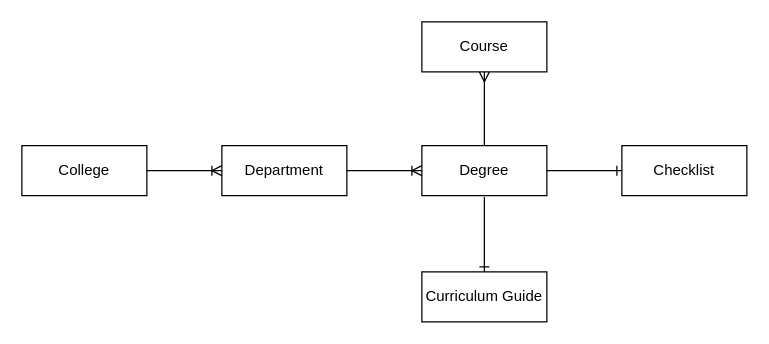
Above: ERD1.drawio in hmuthiah1/images (draw.io), before the change. Source tidied: cells renumbered, new cells numbered last; positions are measured from the earlier drawing's top-left corner, leaving out a move shared by most shapes. Both pictures are drawn from the tidied source at 125%, with x=0, y=0 at pixel (21, 21).
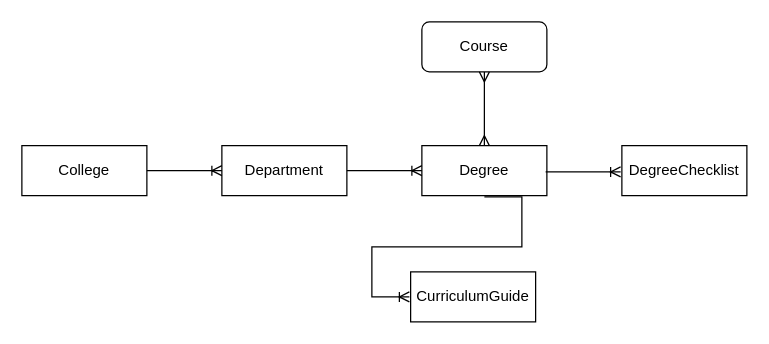
After the change.

Diff of the diagram source:
```diff
@@
 <mxGraphModel>
   <root>
     <mxCell id="0" />
     <mxCell id="1" parent="0" />
-    <mxCell id="2" value="Course" style="whiteSpace=wrap;html=1;align=center;" parent="1" vertex="1">
+    <mxCell id="2" value="Course" style="whiteSpace=wrap;html=1;align=center;rounded=1;" parent="1" vertex="1">
       <mxGeometry x="320" width="100" height="40" as="geometry" />
     </mxCell>
     <mxCell id="3" value="Degree" style="whiteSpace=wrap;html=1;align=center;" parent="1" vertex="1">
       <mxGeometry x="320" y="99" width="100" height="40" as="geometry" />
     </mxCell>
     <mxCell id="4" value="Department" style="whiteSpace=wrap;html=1;align=center;" parent="1" vertex="1">
       <mxGeometry x="160" y="99" width="100" height="40" as="geometry" />
     </mxCell>
     <mxCell id="5" value="College" style="whiteSpace=wrap;html=1;align=center;" parent="1" vertex="1">
       <mxGeometry y="99" width="100" height="40" as="geometry" />
     </mxCell>
-    <mxCell id="6" value="Checklist" style="whiteSpace=wrap;html=1;align=center;" parent="1" vertex="1">
+    <mxCell id="6" value="DegreeChecklist" style="whiteSpace=wrap;html=1;align=center;" parent="1" vertex="1">
       <mxGeometry x="480" y="99" width="100" height="40" as="geometry" />
     </mxCell>
-    <mxCell id="7" value="Curriculum Guide" style="whiteSpace=wrap;html=1;align=center;" parent="1" vertex="1">
-      <mxGeometry x="320" y="200" width="100" height="40" as="geometry" />
+    <mxCell id="7" value="CurriculumGuide" style="whiteSpace=wrap;html=1;align=center;" parent="1" vertex="1">
+      <mxGeometry x="311" y="200" width="100" height="40" as="geometry" />
     </mxCell>
     <mxCell id="8" style="edgeStyle=entityRelationEdgeStyle;fontSize=12;html=1;endArrow=ERoneToMany;rounded=0;exitX=1;exitY=0.5;exitDx=0;exitDy=0;entryX=0;entryY=0.5;entryDx=0;entryDy=0;" parent="1" edge="1" source="5" target="4">
       <mxGeometry relative="1" as="geometry" />
     </mxCell>
     <mxCell id="9" style="edgeStyle=entityRelationEdgeStyle;fontSize=12;html=1;endArrow=ERoneToMany;rounded=0;exitX=1;exitY=0.5;exitDx=0;exitDy=0;entryX=0;entryY=0.5;entryDx=0;entryDy=0;" parent="1" edge="1" source="4" target="3">
       <mxGeometry relative="1" as="geometry" />
     </mxCell>
-    <mxCell id="10" style="edgeStyle=entityRelationEdgeStyle;fontSize=12;html=1;endArrow=ERone;endFill=1;rounded=0;entryX=0;entryY=0.5;entryDx=0;entryDy=0;exitX=1;exitY=0.5;exitDx=0;exitDy=0;" parent="1" edge="1" source="3" target="6">
-      <mxGeometry relative="1" as="geometry">
-        <Array as="points">
-          <mxPoint x="590" y="119" />
-          <mxPoint x="620" y="119" />
-          <mxPoint x="590" y="114" />
-          <mxPoint x="590" y="114" />
-          <mxPoint x="650" y="109" />
-          <mxPoint x="640" y="104" />
-        </Array>
-      </mxGeometry>
-    </mxCell>
-    <mxCell id="11" style="fontSize=12;html=1;endArrow=ERone;endFill=1;rounded=0;entryX=0.5;entryY=0;entryDx=0;entryDy=0;" parent="1" edge="1" target="7">
-      <mxGeometry relative="1" as="geometry">
-        <mxPoint x="370" y="140" as="sourcePoint" />
-      </mxGeometry>
-    </mxCell>
+    <mxCell id="13" style="edgeStyle=entityRelationEdgeStyle;fontSize=12;html=1;endArrow=ERoneToMany;rounded=0;exitX=1;exitY=0.5;exitDx=0;exitDy=0;entryX=0;entryY=0.5;entryDx=0;entryDy=0;" parent="1" edge="1">
+      <mxGeometry relative="1" as="geometry">
+        <mxPoint x="419" y="120" as="sourcePoint" />
+        <mxPoint x="479" y="120" as="targetPoint" />
+        <Array as="points">
+          <mxPoint x="522" y="111" />
+          <mxPoint x="579" y="111" />
+          <mxPoint x="579" y="120" />
+          <mxPoint x="532" y="121" />
+        </Array>
+      </mxGeometry>
+    </mxCell>
+    <mxCell id="14" style="edgeStyle=entityRelationEdgeStyle;fontSize=12;html=1;endArrow=ERoneToMany;rounded=0;" parent="1" edge="1">
+      <mxGeometry relative="1" as="geometry">
+        <mxPoint x="370" y="140" as="sourcePoint" />
+        <mxPoint x="310" y="220" as="targetPoint" />
+        <Array as="points">
+          <mxPoint x="532" y="140" />
+          <mxPoint x="589" y="140" />
+          <mxPoint x="589" y="131" />
+          <mxPoint x="542" y="130" />
+        </Array>
+      </mxGeometry>
+    </mxCell>
-    <mxCell id="12" style="fontSize=12;html=1;endArrow=ERmany;rounded=0;entryX=0.5;entryY=1;entryDx=0;entryDy=0;exitX=0.5;exitY=0;exitDx=0;exitDy=0;" parent="1" edge="1" source="3" target="2">
+    <mxCell id="12" style="fontSize=12;html=1;endArrow=ERmany;startArrow=ERmany;rounded=0;entryX=0.5;entryY=1;entryDx=0;entryDy=0;exitX=0.5;exitY=0;exitDx=0;exitDy=0;" parent="1" edge="1" source="3" target="2">
       <mxGeometry relative="1" as="geometry" />
     </mxCell>
   </root>
 </mxGraphModel>
```
